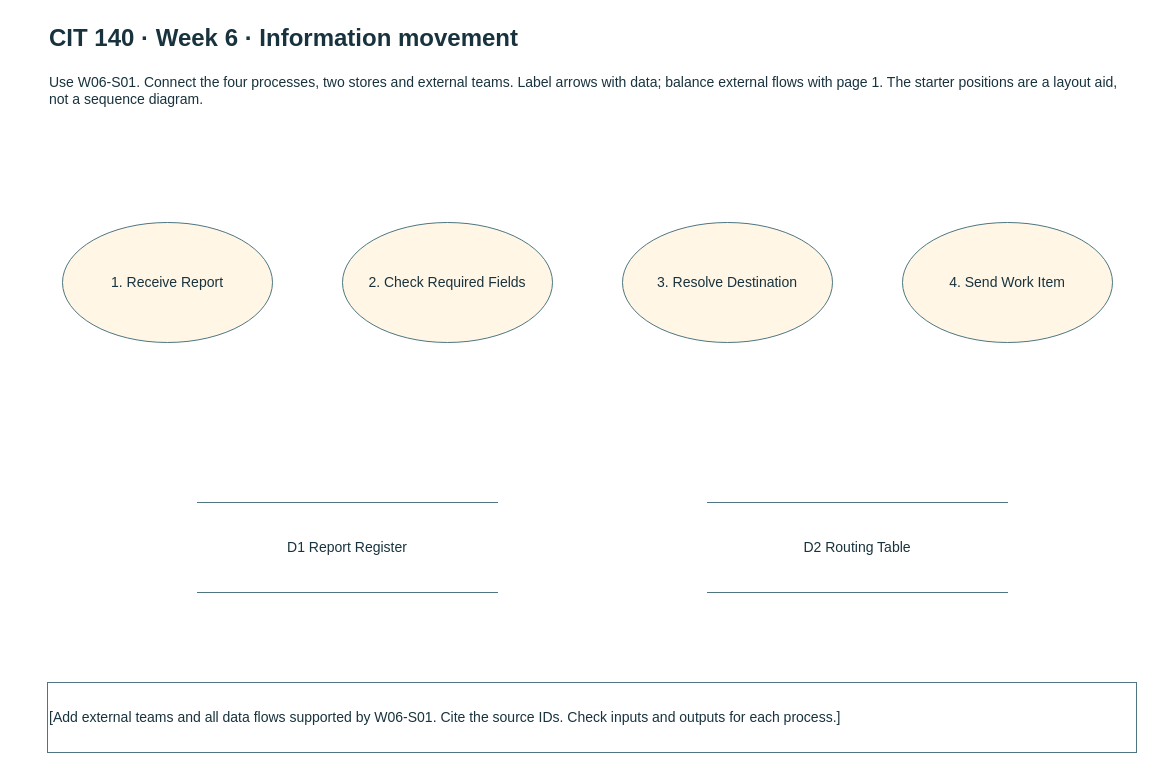
Earlier version of the draw.io diagram page "2 Information movement" (2 of 3) of Week06/Artifact/Esparza_Hernan_CIT140_Week06.drawio (Nnaahhnn/CIT140-Portfolio). Source tidied: cells renumbered, new cells numbered last; positions are measured from the earlier drawing's top-left corner, leaving out a move shared by most shapes. Both pictures are drawn from the tidied source at 100%, with x=0, y=0 at pixel (47, 17).
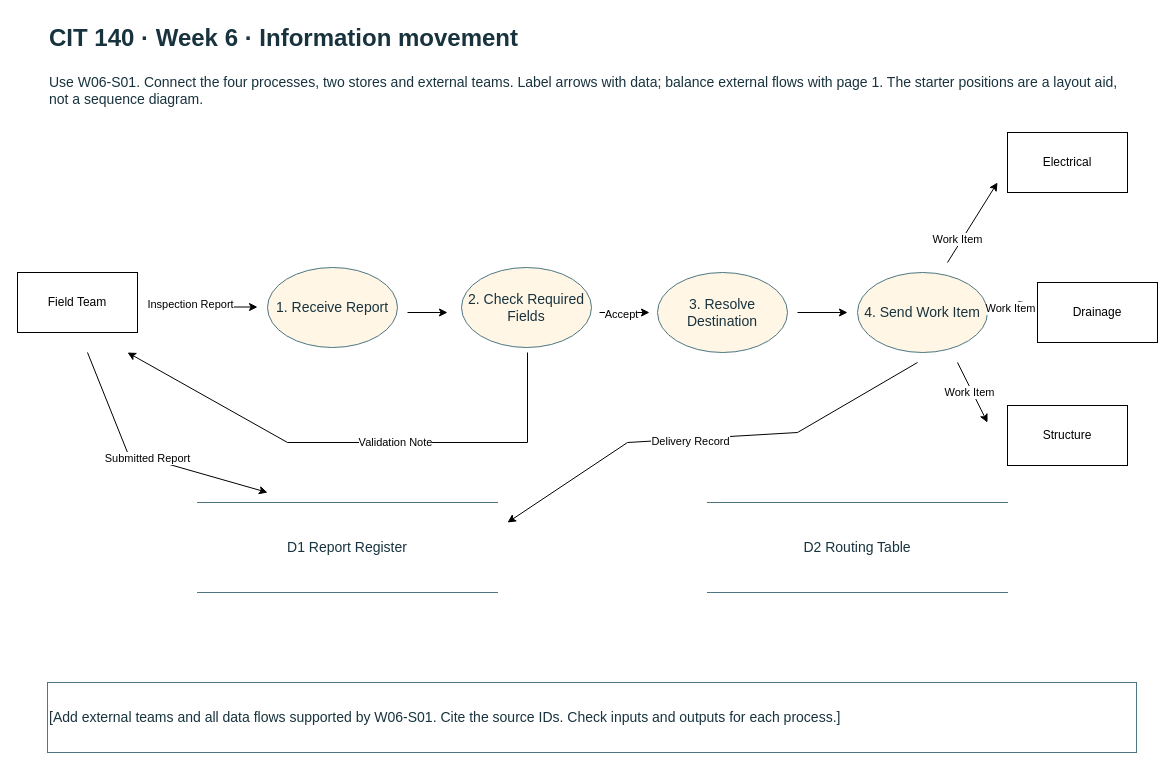
The same page after the edit.

The edit, as a diff of the source:
```diff
@@
     <mxCell id="4" value="1. Receive Report" style="whiteSpace=wrap;html=1;fontFamily=Arial;fontSize=14;fontColor=#18333e;strokeColor=#4d7682;fillColor=#ffffff;ellipse;fillColor=#fff6e6;" parent="1" vertex="1">
-      <mxGeometry x="15" y="205" width="210" height="120" as="geometry" />
+      <mxGeometry x="220" y="250" width="130" height="80" as="geometry" />
     </mxCell>
     <mxCell id="5" value="2. Check Required Fields" style="whiteSpace=wrap;html=1;fontFamily=Arial;fontSize=14;fontColor=#18333e;strokeColor=#4d7682;fillColor=#ffffff;ellipse;fillColor=#fff6e6;" parent="1" vertex="1">
-      <mxGeometry x="295" y="205" width="210" height="120" as="geometry" />
+      <mxGeometry x="414" y="250" width="130" height="80" as="geometry" />
     </mxCell>
     <mxCell id="6" value="3. Resolve Destination" style="whiteSpace=wrap;html=1;fontFamily=Arial;fontSize=14;fontColor=#18333e;strokeColor=#4d7682;fillColor=#ffffff;ellipse;fillColor=#fff6e6;" parent="1" vertex="1">
-      <mxGeometry x="575" y="205" width="210" height="120" as="geometry" />
+      <mxGeometry x="610" y="255" width="130" height="80" as="geometry" />
     </mxCell>
     <mxCell id="7" value="4. Send Work Item" style="whiteSpace=wrap;html=1;fontFamily=Arial;fontSize=14;fontColor=#18333e;strokeColor=#4d7682;fillColor=#ffffff;ellipse;fillColor=#fff6e6;" parent="1" vertex="1">
-      <mxGeometry x="855" y="205" width="210" height="120" as="geometry" />
+      <mxGeometry x="810" y="255" width="130" height="80" as="geometry" />
     </mxCell>
@@
+    <mxCell id="11" value="Field Team" style="rounded=0;whiteSpace=wrap;html=1;" parent="1" vertex="1">
+      <mxGeometry x="-30" y="255" width="120" height="60" as="geometry" />
+    </mxCell>
+    <mxCell id="12" style="endArrow=classic;html=1;rounded=0;defaultLabelBackgroundColor=page;" parent="1" edge="1">
+      <mxGeometry relative="1" as="geometry">
+        <mxPoint x="110" y="289.5" as="sourcePoint" />
+        <mxPoint x="210" y="289.5" as="targetPoint" />
+      </mxGeometry>
+    </mxCell>
+    <mxCell id="13" value="Inspection Report" style="edgeLabel;html=1;align=center;verticalAlign=middle;inheritText=1;defaultLabelBackgroundColor=page;" parent="12" vertex="1">
+      <mxGeometry x="-0.36" y="3" relative="1" as="geometry" />
+    </mxCell>
+    <mxCell id="14" style="endArrow=classic;html=1;rounded=0;defaultLabelBackgroundColor=page;" parent="1" edge="1">
+      <mxGeometry relative="1" as="geometry">
+        <mxPoint x="40" y="335" as="sourcePoint" />
+        <mxPoint x="220" y="475" as="targetPoint" />
+        <Array as="points">
+          <mxPoint x="80" y="435" />
+        </Array>
+      </mxGeometry>
+    </mxCell>
+    <mxCell id="15" value="Submitted Report" style="edgeLabel;html=1;align=center;verticalAlign=middle;inheritText=1;defaultLabelBackgroundColor=page;" parent="14" vertex="1">
+      <mxGeometry x="0.01" relative="1" as="geometry" />
+    </mxCell>
+    <mxCell id="16" style="endArrow=classic;html=1;rounded=0;defaultLabelBackgroundColor=page;" parent="1" edge="1">
+      <mxGeometry relative="1" as="geometry">
+        <mxPoint x="360" y="295" as="sourcePoint" />
+        <mxPoint x="400" y="295" as="targetPoint" />
+      </mxGeometry>
+    </mxCell>
+    <mxCell id="17" style="endArrow=classic;html=1;rounded=0;defaultLabelBackgroundColor=page;" parent="1" edge="1">
+      <mxGeometry x="0.14" relative="1" as="geometry">
+        <mxPoint x="480" y="335" as="sourcePoint" />
+        <mxPoint x="80" y="335" as="targetPoint" />
+        <Array as="points">
+          <mxPoint x="480" y="425" />
+          <mxPoint x="240" y="425" />
+        </Array>
+      </mxGeometry>
+    </mxCell>
+    <mxCell id="18" value="&lt;div&gt;Validation Note&lt;/div&gt;" style="edgeLabel;html=1;align=center;verticalAlign=middle;inheritText=1;defaultLabelBackgroundColor=page;" parent="17" vertex="1">
+      <mxGeometry x="-0.13" y="-1" relative="1" as="geometry" />
+    </mxCell>
+    <mxCell id="19" style="endArrow=classic;html=1;rounded=0;defaultLabelBackgroundColor=page;" parent="1" edge="1">
+      <mxGeometry relative="1" as="geometry">
+        <mxPoint x="552" y="295" as="sourcePoint" />
+        <mxPoint x="602" y="295" as="targetPoint" />
+      </mxGeometry>
+    </mxCell>
+    <mxCell id="20" value="Accept" style="edgeLabel;html=1;align=center;verticalAlign=middle;inheritText=1;defaultLabelBackgroundColor=page;" parent="19" vertex="1">
+      <mxGeometry x="-0.16" y="-1" relative="1" as="geometry" />
+    </mxCell>
+    <mxCell id="21" style="endArrow=classic;html=1;rounded=0;defaultLabelBackgroundColor=page;" parent="1" edge="1">
+      <mxGeometry relative="1" as="geometry">
+        <mxPoint x="750" y="295" as="sourcePoint" />
+        <mxPoint x="800" y="295" as="targetPoint" />
+      </mxGeometry>
+    </mxCell>
+    <mxCell id="22" style="endArrow=classic;html=1;rounded=0;defaultLabelBackgroundColor=page;" parent="1" edge="1">
+      <mxGeometry relative="1" as="geometry">
+        <mxPoint x="870" y="345" as="sourcePoint" />
+        <mxPoint x="460" y="505" as="targetPoint" />
+        <Array as="points">
+          <mxPoint x="750" y="415" />
+          <mxPoint x="580" y="425" />
+        </Array>
+      </mxGeometry>
+    </mxCell>
+    <mxCell id="23" value="Delivery Record" style="edgeLabel;html=1;align=center;verticalAlign=middle;inheritText=1;defaultLabelBackgroundColor=page;" parent="22" vertex="1">
+      <mxGeometry x="0.09" y="2" relative="1" as="geometry" />
+    </mxCell>
+    <mxCell id="24" value="Electrical" style="rounded=0;whiteSpace=wrap;html=1;" parent="1" vertex="1">
+      <mxGeometry x="960" y="115" width="120" height="60" as="geometry" />
+    </mxCell>
+    <mxCell id="25" value="Drainage" style="rounded=0;whiteSpace=wrap;html=1;" parent="1" vertex="1">
+      <mxGeometry x="990" y="265" width="120" height="60" as="geometry" />
+    </mxCell>
+    <mxCell id="26" value="Structure" style="rounded=0;whiteSpace=wrap;html=1;" parent="1" vertex="1">
+      <mxGeometry x="960" y="388" width="120" height="60" as="geometry" />
+    </mxCell>
+    <mxCell id="27" style="endArrow=classic;html=1;rounded=0;defaultLabelBackgroundColor=page;" parent="1" edge="1">
+      <mxGeometry relative="1" as="geometry">
+        <mxPoint x="900" y="245" as="sourcePoint" />
+        <mxPoint x="950" y="165" as="targetPoint" />
+      </mxGeometry>
+    </mxCell>
+    <mxCell id="28" value="Work Item" style="edgeLabel;html=1;align=center;verticalAlign=middle;inheritText=1;defaultLabelBackgroundColor=page;" parent="27" vertex="1">
+      <mxGeometry x="-0.48" y="4" relative="1" as="geometry" />
+    </mxCell>
+    <mxCell id="29" style="endArrow=classic;html=1;rounded=0;defaultLabelBackgroundColor=page;" parent="1" edge="1">
+      <mxGeometry relative="1" as="geometry">
+        <mxPoint x="950" y="295" as="sourcePoint" />
+        <mxPoint x="980" y="285" as="targetPoint" />
+      </mxGeometry>
+    </mxCell>
+    <mxCell id="30" value="Work Item" style="edgeLabel;html=1;align=center;verticalAlign=middle;inheritText=1;defaultLabelBackgroundColor=page;" parent="29" vertex="1">
+      <mxGeometry x="-0.2" relative="1" as="geometry" />
+    </mxCell>
+    <mxCell id="31" style="endArrow=classic;html=1;rounded=0;defaultLabelBackgroundColor=page;" parent="1" edge="1">
+      <mxGeometry relative="1" as="geometry">
+        <mxPoint x="910" y="345" as="sourcePoint" />
+        <mxPoint x="940" y="405" as="targetPoint" />
+      </mxGeometry>
+    </mxCell>
+    <mxCell id="32" value="Work Item" style="edgeLabel;html=1;align=center;verticalAlign=middle;inheritText=1;defaultLabelBackgroundColor=page;" parent="31" vertex="1">
+      <mxGeometry x="-0.07" y="-3" relative="1" as="geometry" />
+    </mxCell>
```
